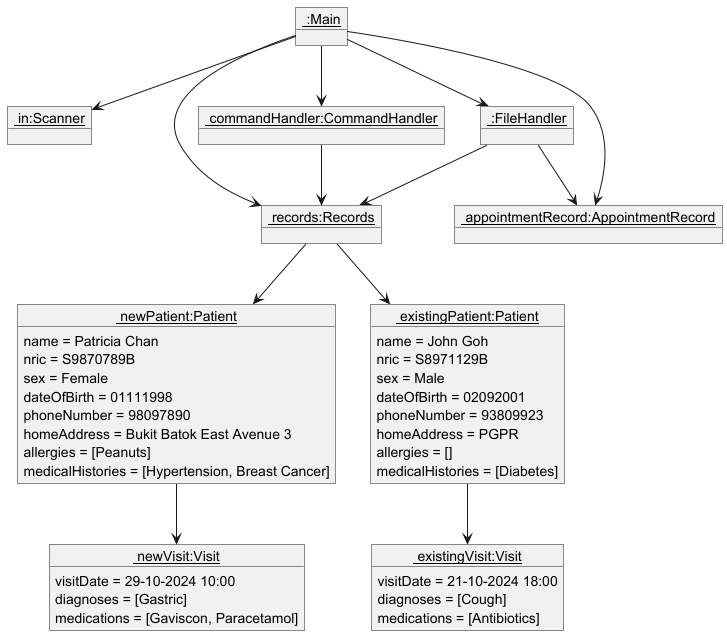
Earlier version of the PlantUML export docs/ObjectDiagramAfterAddPatient.png (yentheng0110/tp). Source of this version:
```plantuml
@startuml

object "<u> :Main</u>" as Main
object "<u> in:Scanner</u>" as Scanner
object "<u> records:Records</u>" as Records
object "<u> appointmentRecord:AppointmentRecord</u>" as AppointmentRecord
object "<u> :FileHandler</u>" as FileHandler
object "<u> commandHandler:CommandHandler</u>" as CommandHandler

object "<u> newPatient:Patient</u>" as Patient {
name = Patricia Chan
nric = S9870789B
sex = Female
dateOfBirth = 01111998
phoneNumber = 98097890
homeAddress = Bukit Batok East Avenue 3
allergies = [Peanuts]
medicalHistories = [Hypertension, Breast Cancer]
}


object "<u> newVisit:Visit</u>" as Visit {
visitDate = 29-10-2024 10:00
diagnoses = [Gastric]
medications = [Gaviscon, Paracetamol]
}

object "<u> existingPatient:Patient</u>" as existingPatient {
name = John Goh
nric = S8971129B
sex = Male
dateOfBirth = 02092001
phoneNumber = 93809923
homeAddress = PGPR
allergies = []
medicalHistories = [Diabetes]
}

object "<u> existingVisit:Visit</u>" as existingVisit {
visitDate = 21-10-2024 18:00
diagnoses = [Cough]
medications = [Antibiotics]
}

Main --> Scanner
Main --> Records
Main --> AppointmentRecord
Main --> FileHandler
Main --> CommandHandler
Patient --> Visit
CommandHandler --> Records
Records --> Patient
Records --> existingPatient
existingPatient --> existingVisit
FileHandler --> Records
FileHandler --> AppointmentRecord

@enduml
```
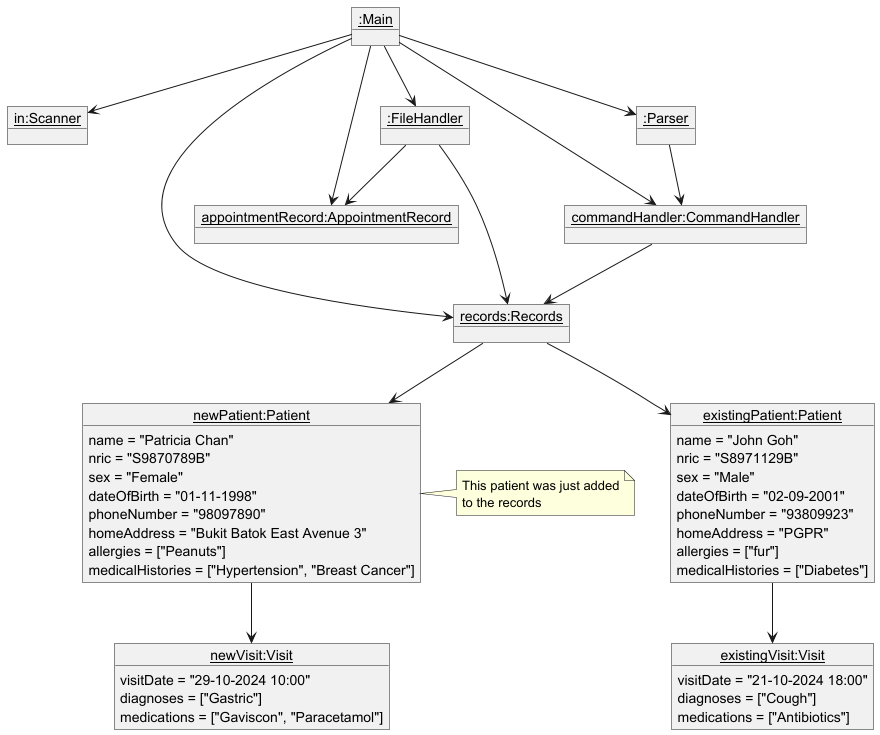
After the commit.

Commit message:
Update ObjectDiagramAfterAddPatient  object diagram

The edit, as a diff of the source:
```diff
@@ -1,45 +1,65 @@
 @startuml
+skinparam classAttributeIconSize 0
+hide circle
 
-object "<u> :Main</u>" as Main
-object "<u> in:Scanner</u>" as Scanner
-object "<u> records:Records</u>" as Records
-object "<u> appointmentRecord:AppointmentRecord</u>" as AppointmentRecord
-object "<u> :FileHandler</u>" as FileHandler
-object "<u> commandHandler:CommandHandler</u>" as CommandHandler
+object "<u>:Main</u>" as Main
 
-object "<u> newPatient:Patient</u>" as Patient {
-name = Patricia Chan
-nric = S9870789B
-sex = Female
-dateOfBirth = 01111998
-phoneNumber = 98097890
-homeAddress = Bukit Batok East Avenue 3
-allergies = [Peanuts]
-medicalHistories = [Hypertension, Breast Cancer]
+object "<u>in:Scanner</u>" as Scanner {
+
 }
 
+object "<u>records:Records</u>" as Records {
 
-object "<u> newVisit:Visit</u>" as Visit {
-visitDate = 29-10-2024 10:00
-diagnoses = [Gastric]
-medications = [Gaviscon, Paracetamol]
 }
 
-object "<u> existingPatient:Patient</u>" as existingPatient {
-name = John Goh
-nric = S8971129B
-sex = Male
-dateOfBirth = 02092001
-phoneNumber = 93809923
-homeAddress = PGPR
-allergies = []
-medicalHistories = [Diabetes]
+object "<u>appointmentRecord:AppointmentRecord</u>" as AppointmentRecord {
+
 }
 
-object "<u> existingVisit:Visit</u>" as existingVisit {
-visitDate = 21-10-2024 18:00
-diagnoses = [Cough]
-medications = [Antibiotics]
+object "<u>:FileHandler</u>" as FileHandler {
+
+}
+
+object "<u>commandHandler:CommandHandler</u>" as CommandHandler {
+
+}
+
+object "<u>:Parser</u>" as Parser {
+
+}
+
+object "<u>newPatient:Patient</u>" as NewPatient {
+    name = "Patricia Chan"
+    nric = "S9870789B"
+    sex = "Female"
+    dateOfBirth = "01-11-1998"
+    phoneNumber = "98097890"
+    homeAddress = "Bukit Batok East Avenue 3"
+    allergies = ["Peanuts"]
+    medicalHistories = ["Hypertension", "Breast Cancer"]
+}
+
+object "<u>newVisit:Visit</u>" as NewVisit {
+    visitDate = "29-10-2024 10:00"
+    diagnoses = ["Gastric"]
+    medications = ["Gaviscon", "Paracetamol"]
+}
+
+object "<u>existingPatient:Patient</u>" as ExistingPatient {
+    name = "John Goh"
+    nric = "S8971129B"
+    sex = "Male"
+    dateOfBirth = "02-09-2001"
+    phoneNumber = "93809923"
+    homeAddress = "PGPR"
+    allergies = ["fur"]
+    medicalHistories = ["Diabetes"]
+}
+
+object "<u>existingVisit:Visit</u>" as ExistingVisit {
+    visitDate = "21-10-2024 18:00"
+    diagnoses = ["Cough"]
+    medications = ["Antibiotics"]
 }
 
 Main --> Scanner
@@ -47,12 +67,19 @@
 Main --> AppointmentRecord
 Main --> FileHandler
 Main --> CommandHandler
-Patient --> Visit
+Main --> Parser
+Parser --> CommandHandler
+NewPatient --> NewVisit
+ExistingPatient --> ExistingVisit
 CommandHandler --> Records
-Records --> Patient
-Records --> existingPatient
-existingPatient --> existingVisit
+Records --> NewPatient
+Records --> ExistingPatient
 FileHandler --> Records
 FileHandler --> AppointmentRecord
 
+note right of NewPatient
+    This patient was just added
+    to the records
+end note
+
 @enduml
```
